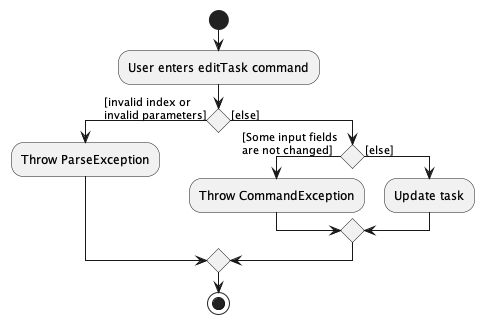
This is docs/images/EditTaskCommandActivityDiagram.png from nus-cs2103-AY2223S1/tp, a PlantUML export, as it was before one commit.
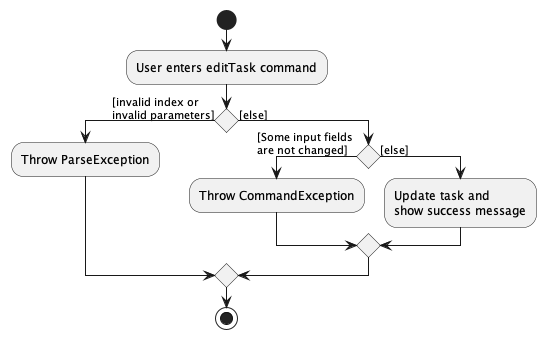
Later version of the same file.

Diff of the diagram source:
```diff
@@ -10,7 +10,7 @@
     if () then ([Some input fields \nare not changed])
         :Throw CommandException;
     else ([else])
-        :Update task;
+        :Update task and \nshow success message;
     endif
 
 endif
```
